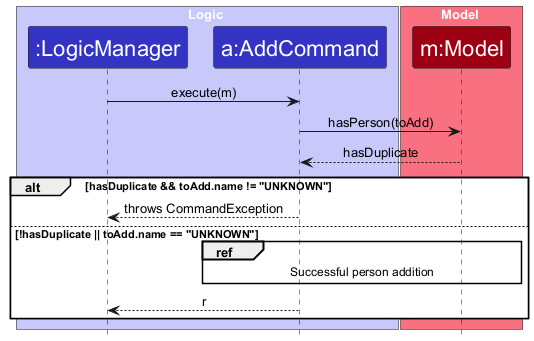
AY2627S1-CS2103T-W08-3/tp keeps this PlantUML diagram as docs/images/AddCommandDuplicateSequenceDiagram.png. Above is the earlier version.
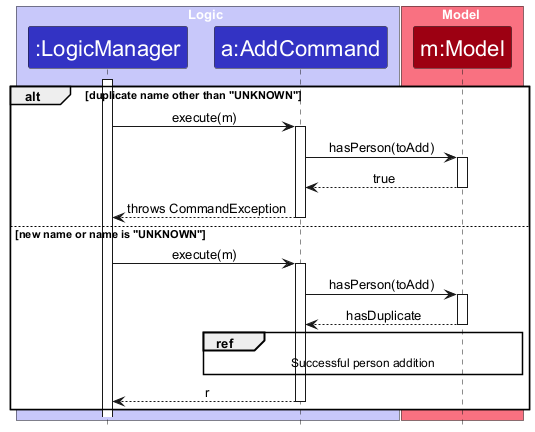
Later version of the same file.

Commit message:
Restore activation bars in Add sequence diagrams

Change to the diagram source:
```diff
@@ -19,16 +19,27 @@
 participant "m:Model" as Model MODEL_COLOR
 end box
 
-LogicManager -> AddCommand : execute(m)
-AddCommand -> Model : hasPerson(toAdd)
-Model --> AddCommand : hasDuplicate
-
-alt hasDuplicate && toAdd.name != "UNKNOWN"
+activate LogicManager
+alt duplicate name other than "UNKNOWN"
+    LogicManager -> AddCommand : execute(m)
+    activate AddCommand
+    AddCommand -> Model : hasPerson(toAdd)
+    activate Model
+    Model --> AddCommand : true
+    deactivate Model
     AddCommand --> LogicManager : throws CommandException
-else !hasDuplicate || toAdd.name == "UNKNOWN"
+    deactivate AddCommand
+else new name or name is "UNKNOWN"
+    LogicManager -> AddCommand : execute(m)
+    activate AddCommand
+    AddCommand -> Model : hasPerson(toAdd)
+    activate Model
+    Model --> AddCommand : hasDuplicate
+    deactivate Model
     ref over AddCommand, Model
         Successful person addition
     end ref
     AddCommand --> LogicManager : r
+    deactivate AddCommand
 end
 @enduml
```
